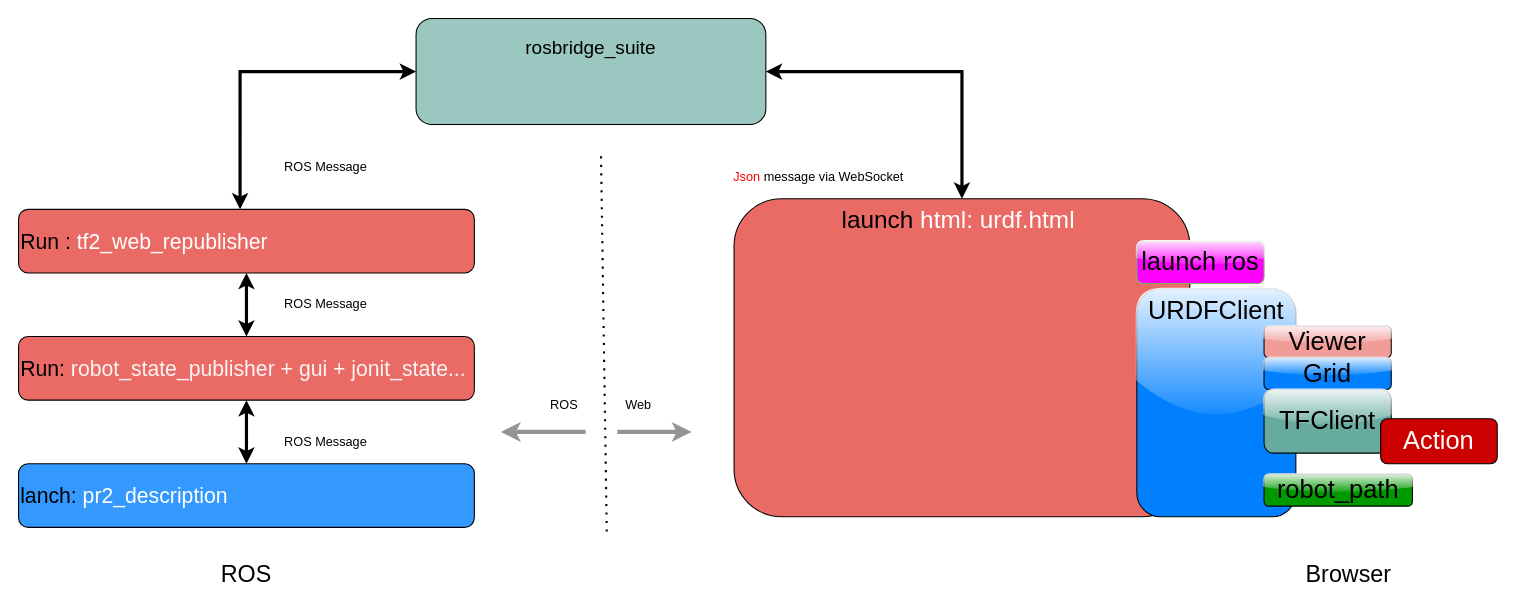
Before: page "urdf_web" (3 of 7) of IPA/ros_client.drawio in chuangyan132/MD_Note1, a draw.io diagram. Source tidied: cells renumbered, new cells numbered last; positions are measured from the earlier drawing's top-left corner, leaving out a move shared by most shapes. Both pictures are drawn from the tidied source at 106%, with x=0, y=0 at pixel (18, 18).
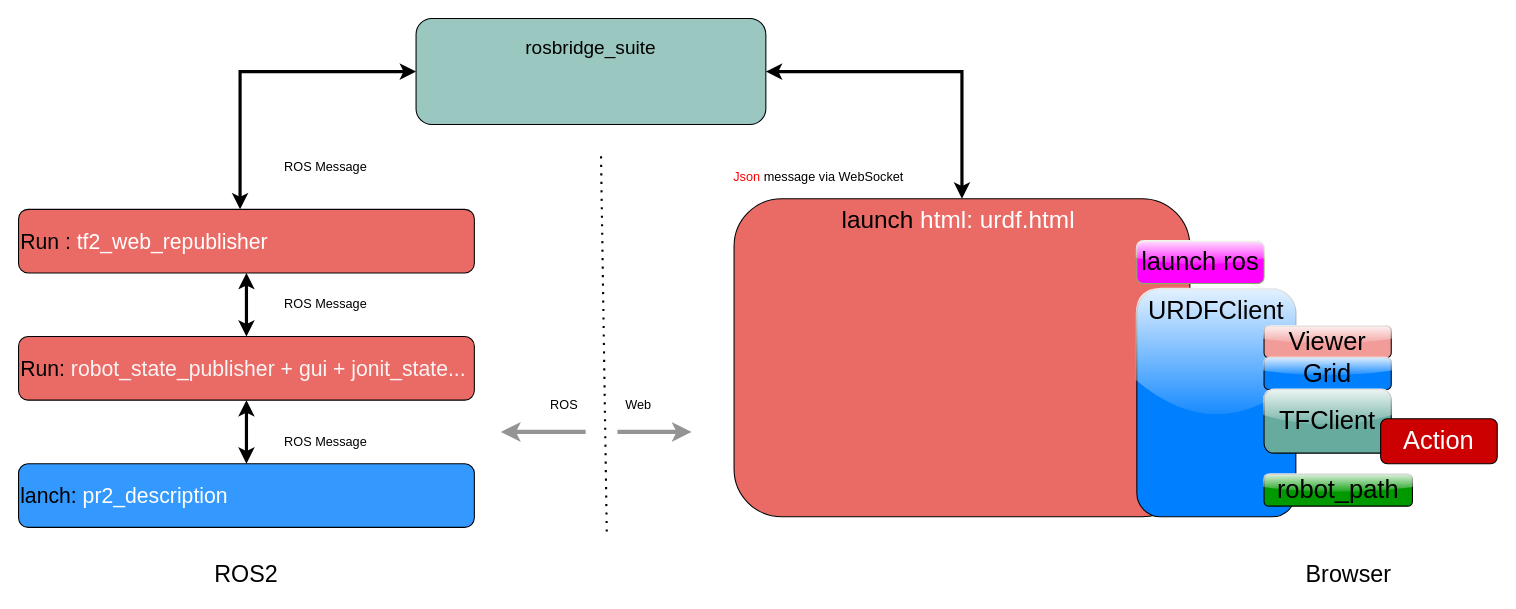
After the change.

What changed in the source:
```diff
@@
-    <mxCell id="12" value="&lt;font style=&quot;font-size: 22px;&quot;&gt;ROS&lt;/font&gt;" style="text;strokeColor=none;align=center;fillColor=none;html=1;verticalAlign=middle;whiteSpace=wrap;rounded=0;" parent="1" vertex="1">
+    <mxCell id="12" value="&lt;font style=&quot;font-size: 22px;&quot;&gt;ROS2&lt;/font&gt;" style="text;strokeColor=none;align=center;fillColor=none;html=1;verticalAlign=middle;whiteSpace=wrap;rounded=0;" parent="1" vertex="1">
       <mxGeometry x="185" y="510" width="60" height="30" as="geometry" />
     </mxCell>
```
